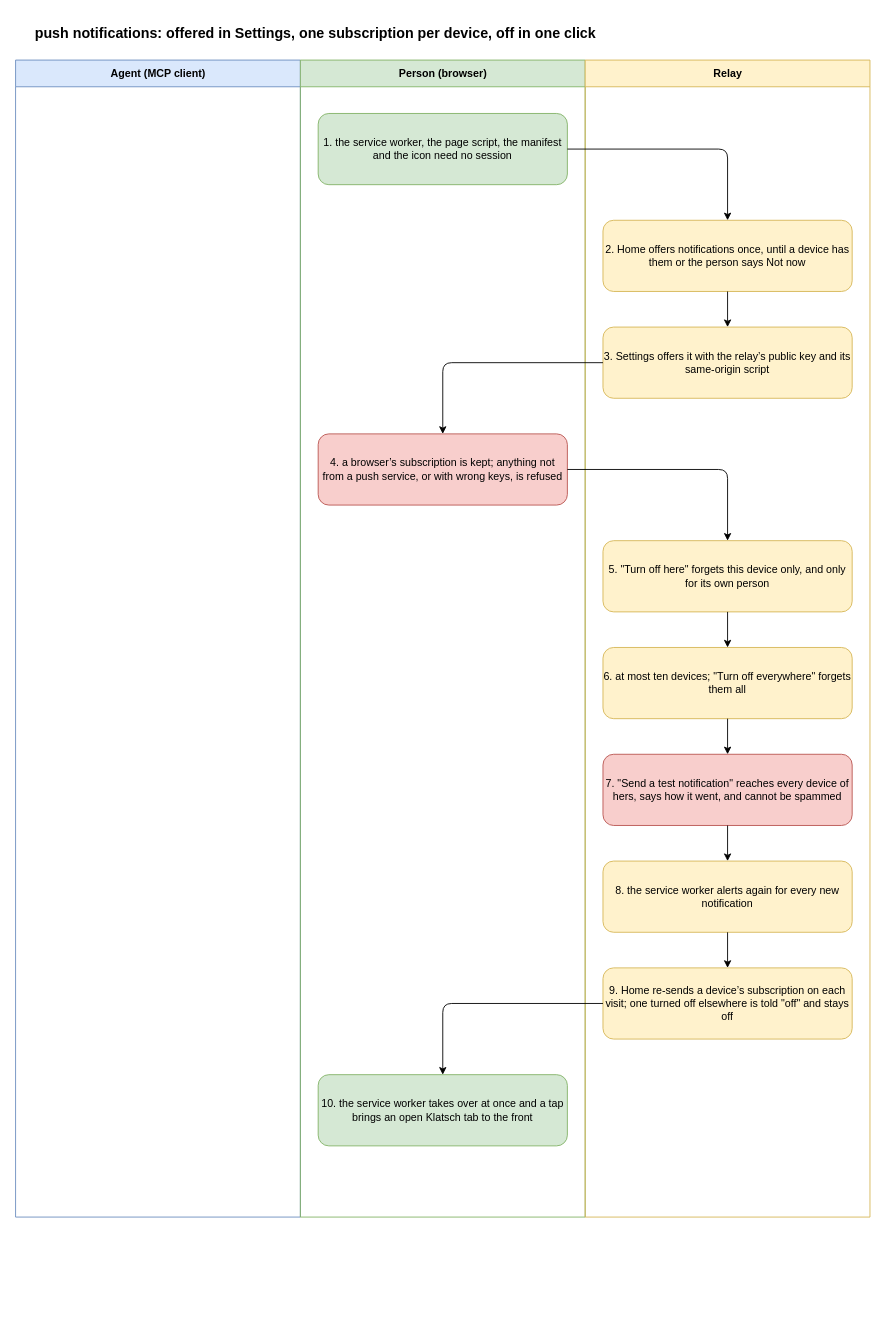
Above: docs/flows/push.drawio in gizemsoylutr/klatsch (draw.io), before the change. Source tidied: cells renumbered, new cells numbered last; positions are measured from the earlier drawing's top-left corner, leaving out a move shared by most shapes. Both pictures are drawn from the tidied source at 89%, with x=0, y=0 at pixel (15, 15).
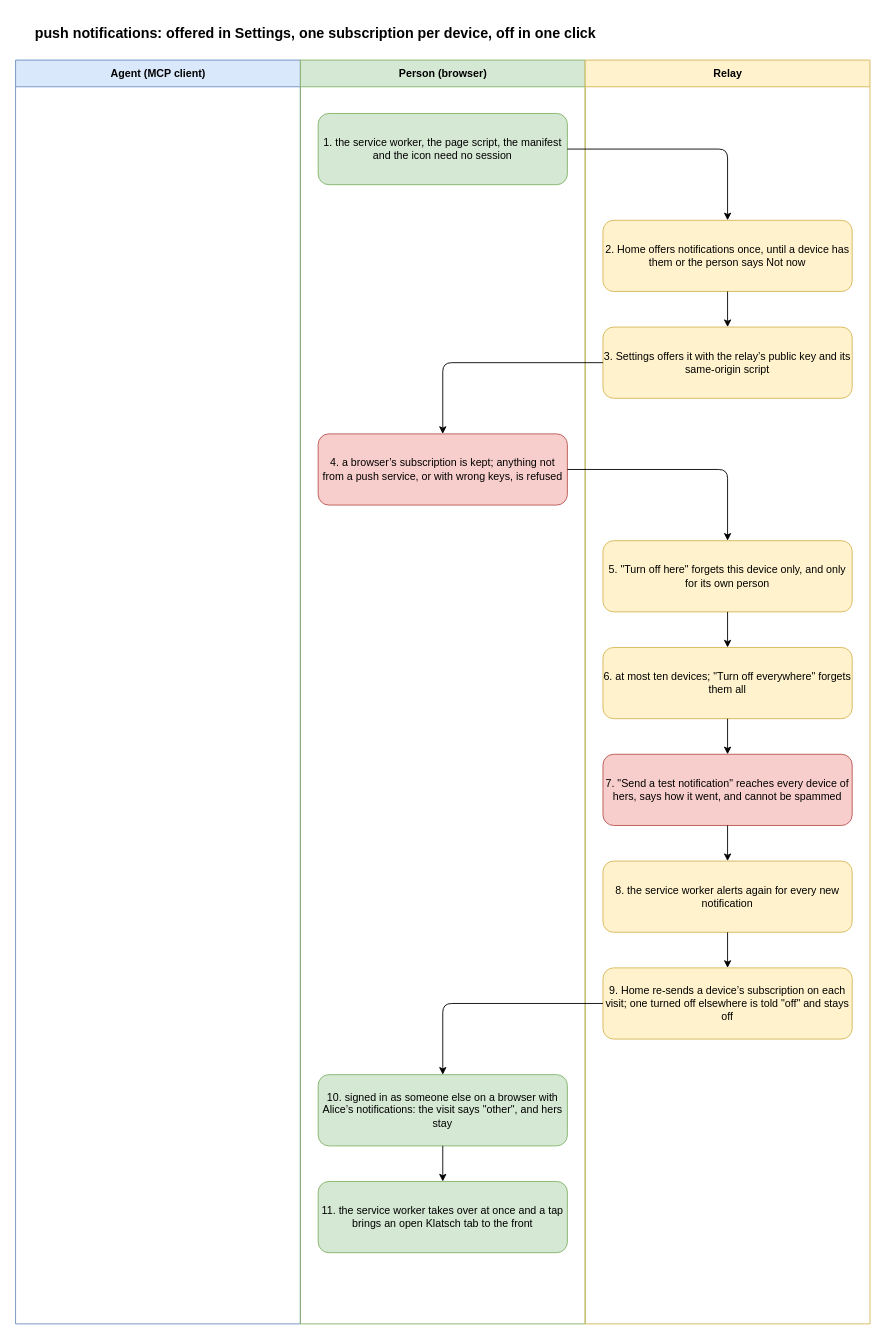
Above is the later version.

Commit message (it also covers changes not shown here):
Leave another account's notifications alone on a shared browser

What changed in the source:
```diff
@@
     <mxCell id="3" value="Agent (MCP client)" style="swimlane;html=1;startSize=30;fillColor=#dae8fc;strokeColor=#6c8ebf;swimlaneFillColor=none;" parent="1" vertex="1">
-      <mxGeometry y="50" width="320" height="1300" as="geometry" />
+      <mxGeometry y="50" width="320" height="1420" as="geometry" />
     </mxCell>
     <mxCell id="4" value="Person (browser)" style="swimlane;html=1;startSize=30;fillColor=#d5e8d4;strokeColor=#82b366;swimlaneFillColor=none;" parent="1" vertex="1">
-      <mxGeometry x="320" y="50" width="320" height="1300" as="geometry" />
+      <mxGeometry x="320" y="50" width="320" height="1420" as="geometry" />
     </mxCell>
     <mxCell id="5" value="Relay" style="swimlane;html=1;startSize=30;fillColor=#fff2cc;strokeColor=#d6b656;swimlaneFillColor=none;" parent="1" vertex="1">
-      <mxGeometry x="640" y="50" width="320" height="1300" as="geometry" />
+      <mxGeometry x="640" y="50" width="320" height="1420" as="geometry" />
     </mxCell>
@@
-    <mxCell id="23" value="10. the service worker takes over at once and a tap brings an open Klatsch tab to the front" style="rounded=1;whiteSpace=wrap;html=1;fillColor=#d5e8d4;strokeColor=#82b366;fontSize=12;" parent="1" vertex="1">
+    <mxCell id="23" value="10. signed in as someone else on a browser with Alice’s notifications: the visit says &quot;other&quot;, and hers stay" style="rounded=1;whiteSpace=wrap;html=1;fillColor=#d5e8d4;strokeColor=#82b366;fontSize=12;" parent="1" vertex="1">
       <mxGeometry x="340" y="1190" width="280" height="80" as="geometry" />
     </mxCell>
@@
+    <mxCell id="25" value="11. the service worker takes over at once and a tap brings an open Klatsch tab to the front" style="rounded=1;whiteSpace=wrap;html=1;fillColor=#d5e8d4;strokeColor=#82b366;fontSize=12;" parent="1" vertex="1">
+      <mxGeometry x="340" y="1310" width="280" height="80" as="geometry" />
+    </mxCell>
+    <mxCell id="26" style="edgeStyle=orthogonalEdgeStyle;rounded=1;html=1;endArrow=classic;" parent="1" edge="1" source="23" target="25">
+      <mxGeometry relative="1" as="geometry" />
+    </mxCell>
```
